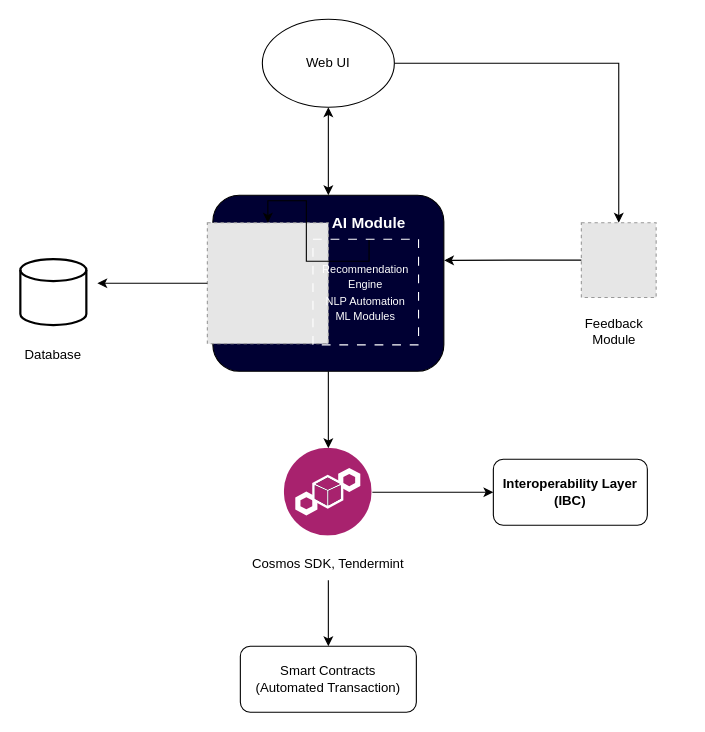
ChakraDeep8/DrawIO keeps this draw.io diagram as Untitled Diagram.drawio. Above is the earlier version. Source tidied: cells renumbered, new cells numbered last; positions are measured from the earlier drawing's top-left corner, leaving out a move shared by most shapes. Both pictures are drawn from the tidied source at 110%, with x=0, y=0 at pixel (20, 19). Pictures stored in the file or linked from it are replaced by grey dashed boxes.
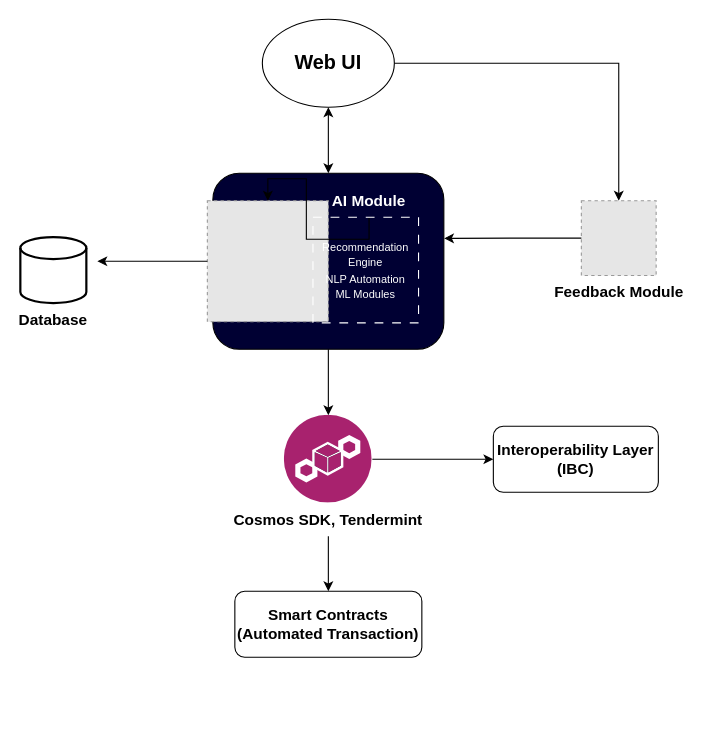
Above is the later version.

Diff of the diagram source:
```diff
@@
-    <mxCell id="4" value="Web UI" style="ellipse;whiteSpace=wrap;html=1;" parent="1" vertex="1">
+    <mxCell id="4" value="&lt;font style=&quot;font-size: 18px;&quot;&gt;&lt;b&gt;Web UI&lt;/b&gt;&lt;/font&gt;" style="ellipse;whiteSpace=wrap;html=1;fillColor=none;" parent="1" vertex="1">
       <mxGeometry x="220" width="120" height="80" as="geometry" />
     </mxCell>
@@
     <mxCell id="6" style="rounded=1;whiteSpace=wrap;html=1;fillColor=#000033;" parent="1" vertex="1">
-      <mxGeometry x="175" y="160" width="210" height="160" as="geometry" />
+      <mxGeometry x="175" y="140" width="210" height="160" as="geometry" />
     </mxCell>
     <mxCell id="7" style="fillColor=#E6E6E6;strokeColor=#999999;dashed=1;verticalLabelPosition=bottom;labelBackgroundColor=default;verticalAlign=top;" parent="1" vertex="1">
-      <mxGeometry x="170" y="185" width="110" height="110" as="geometry" />
+      <mxGeometry x="170" y="165" width="110" height="110" as="geometry" />
     </mxCell>
@@
     <mxCell id="9" value="&lt;font style=&quot;font-size: 14px;&quot; color=&quot;#ffffff&quot;&gt;&lt;b&gt;AI Module&lt;/b&gt;&lt;/font&gt;" style="text;html=1;align=center;verticalAlign=middle;whiteSpace=wrap;rounded=0;" parent="1" vertex="1">
-      <mxGeometry x="280" y="170" width="74" height="30" as="geometry" />
+      <mxGeometry x="280" y="150" width="74" height="30" as="geometry" />
     </mxCell>
     <mxCell id="10" value="&lt;font style=&quot;font-size: 10px;&quot; color=&quot;#ffffff&quot;&gt;Recommendation Engine&lt;/font&gt;&lt;div&gt;&lt;div&gt;&lt;font style=&quot;font-size: 10px;&quot; color=&quot;#ffffff&quot;&gt;NLP Automation&lt;/font&gt;&lt;/div&gt;&lt;div&gt;&lt;font style=&quot;font-size: 10px;&quot; color=&quot;#ffffff&quot;&gt;ML Modules&lt;/font&gt;&lt;/div&gt;&lt;/div&gt;" style="whiteSpace=wrap;html=1;fillColor=none;strokeColor=#FFFFFF;dashed=1;dashPattern=8 8;" parent="1" vertex="1">
-      <mxGeometry x="266" y="200" width="96" height="96" as="geometry" />
+      <mxGeometry x="266" y="180" width="96" height="96" as="geometry" />
     </mxCell>
-    <mxCell id="11" style="strokeWidth=2;html=1;shape=mxgraph.flowchart.database;whiteSpace=wrap;" parent="1" vertex="1">
-      <mxGeometry y="218" width="60" height="60" as="geometry" />
+    <mxCell id="11" style="strokeWidth=2;html=1;shape=mxgraph.flowchart.database;whiteSpace=wrap;fillColor=none;" parent="1" vertex="1">
+      <mxGeometry y="198" width="60" height="60" as="geometry" />
     </mxCell>
@@
-    <mxCell id="13" value="Database" style="text;html=1;align=center;verticalAlign=middle;whiteSpace=wrap;rounded=0;" parent="1" vertex="1">
-      <mxGeometry y="290" width="60" height="30" as="geometry" />
+    <mxCell id="13" value="&lt;font style=&quot;font-size: 14px;&quot;&gt;&lt;b&gt;Database&lt;/b&gt;&lt;/font&gt;" style="text;html=1;align=center;verticalAlign=middle;whiteSpace=wrap;rounded=0;" parent="1" vertex="1">
+      <mxGeometry y="258" width="60" height="30" as="geometry" />
     </mxCell>
@@
     <mxCell id="15" style="image;perimeter=ellipsePerimeter;html=1;align=center;shadow=0;dashed=0;fontColor=#4277BB;labelBackgroundColor=default;fontSize=12;spacingTop=3;image=img/lib/ibm/blockchain/blockchain.svg;" parent="1" vertex="1">
-      <mxGeometry x="240" y="390" width="80" height="80" as="geometry" />
+      <mxGeometry x="240" y="360" width="80" height="80" as="geometry" />
     </mxCell>
@@
-    <mxCell id="17" value="Cosmos SDK, Tendermint" style="text;html=1;align=center;verticalAlign=middle;whiteSpace=wrap;rounded=0;" parent="1" vertex="1">
-      <mxGeometry x="200" y="480" width="160" height="30" as="geometry" />
+    <mxCell id="17" value="&lt;font style=&quot;font-size: 14px;&quot;&gt;&lt;b&gt;Cosmos SDK, Tendermint&lt;/b&gt;&lt;/font&gt;" style="text;html=1;align=center;verticalAlign=middle;whiteSpace=wrap;rounded=0;" parent="1" vertex="1">
+      <mxGeometry x="190" y="440" width="180" height="30" as="geometry" />
     </mxCell>
-    <mxCell id="18" value="&lt;b&gt;Interoperability Layer&lt;/b&gt;&lt;div&gt;&lt;b&gt;(IBC)&lt;/b&gt;&lt;/div&gt;" style="rounded=1;whiteSpace=wrap;html=1;" parent="1" vertex="1">
-      <mxGeometry x="430" y="400" width="140" height="60" as="geometry" />
+    <mxCell id="18" value="&lt;font style=&quot;font-size: 14px;&quot;&gt;&lt;b&gt;Interoperability Layer&lt;/b&gt;&lt;/font&gt;&lt;div&gt;&lt;font style=&quot;font-size: 14px;&quot;&gt;&lt;b&gt;(IBC)&lt;/b&gt;&lt;/font&gt;&lt;/div&gt;" style="rounded=1;whiteSpace=wrap;html=1;fillColor=none;" parent="1" vertex="1">
+      <mxGeometry x="430" y="370" width="150" height="60" as="geometry" />
     </mxCell>
-    <mxCell id="19" value="Smart Contracts&lt;div&gt;(Automated Transaction)&lt;/div&gt;" style="rounded=1;whiteSpace=wrap;html=1;" parent="1" vertex="1">
-      <mxGeometry x="200" y="570" width="160" height="60" as="geometry" />
+    <mxCell id="19" value="&lt;font style=&quot;font-size: 14px;&quot;&gt;&lt;b&gt;Smart Contracts&lt;/b&gt;&lt;/font&gt;&lt;div&gt;&lt;font style=&quot;font-size: 14px;&quot;&gt;&lt;b&gt;(Automated Transaction)&lt;/b&gt;&lt;/font&gt;&lt;/div&gt;" style="rounded=1;whiteSpace=wrap;html=1;fillColor=none;" parent="1" vertex="1">
+      <mxGeometry x="195" y="520" width="170" height="60" as="geometry" />
     </mxCell>
     <mxCell id="20" style="fillColor=#E6E6E6;strokeColor=#999999;dashed=1;html=1;verticalAlign=top;verticalLabelPosition=bottom;labelBackgroundColor=#ffffff;" parent="1" vertex="1">
-      <mxGeometry x="510" y="185" width="68" height="68" as="geometry" />
+      <mxGeometry x="510" y="165" width="68" height="68" as="geometry" />
     </mxCell>
-    <mxCell id="21" value="Feedback Module" style="text;html=1;align=center;verticalAlign=middle;whiteSpace=wrap;rounded=0;" parent="1" vertex="1">
-      <mxGeometry x="510" y="269" width="60" height="30" as="geometry" />
+    <mxCell id="21" value="&lt;font style=&quot;font-size: 14px;&quot;&gt;&lt;b&gt;Feedback Module&lt;/b&gt;&lt;/font&gt;" style="text;html=1;align=center;verticalAlign=middle;whiteSpace=wrap;rounded=0;" parent="1" vertex="1">
+      <mxGeometry x="482.5" y="233" width="123" height="30" as="geometry" />
     </mxCell>
```
